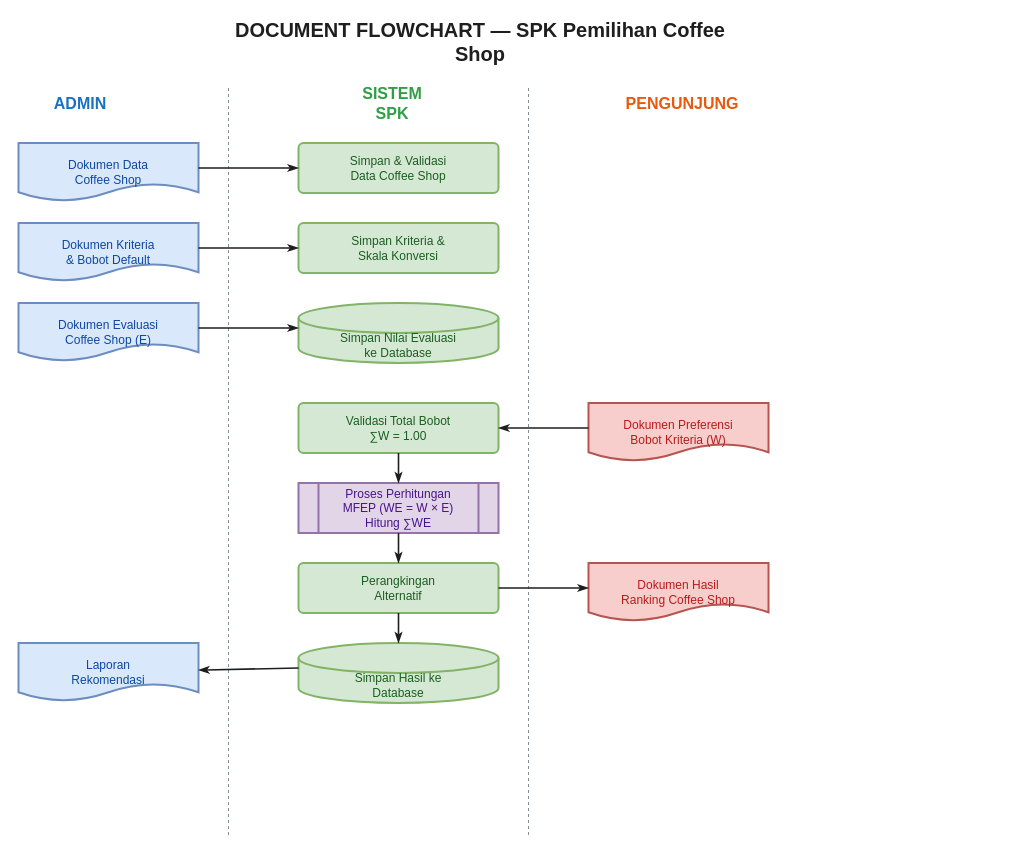
Earlier version of the draw.io diagram drawio/document_flowchart.drawio (akbarwijayaa/ansi-07). Source tidied: cells renumbered, new cells numbered last; positions are measured from the earlier drawing's top-left corner, leaving out a move shared by most shapes. Both pictures are drawn from the tidied source at 100%, with x=0, y=0 at pixel (18, 28).
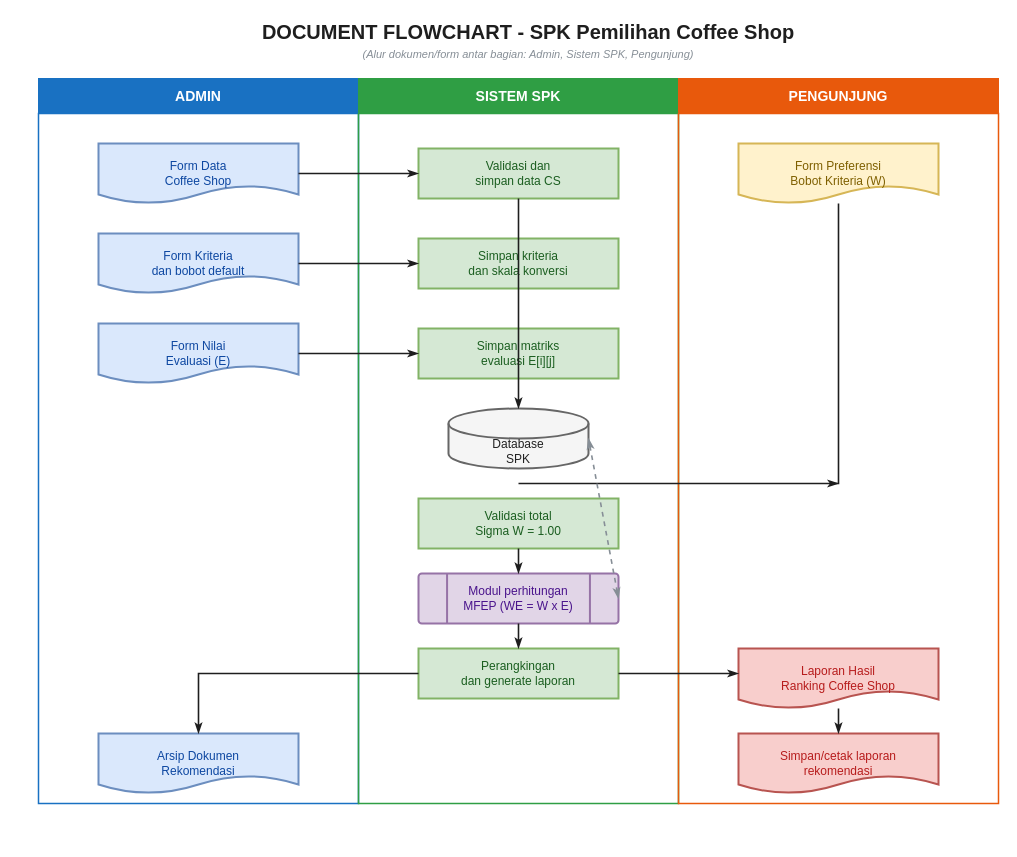
Above is the later version.

Commit message (it also covers changes not shown here):
docs(diagram): refactor flowcharts to follow Indonesian flowchart guideline

The edit, as a diff of the source:
```diff
@@
-    <mxCell id="2" value="Dokumen Data&lt;br&gt;Coffee Shop" style="shape=document;fillColor=#dae8fc;strokeColor=#6c8ebf;fontColor=#0D47A1;fontSize=12;strokeWidth=2;shadow=0;html=1;whiteSpace=wrap;align=center;verticalAlign=middle;" parent="1" vertex="1">
-      <mxGeometry y="114.5" width="180" height="58" as="geometry" />
-    </mxCell>
-    <mxCell id="3" value="Simpan &amp; Validasi&lt;br&gt;Data Coffee Shop" style="rounded=1;arcSize=10;fillColor=#d5e8d4;strokeColor=#82b366;fontColor=#1B5E20;fontSize=12;strokeWidth=2;shadow=0;html=1;whiteSpace=wrap;align=center;verticalAlign=middle;" parent="1" vertex="1">
-      <mxGeometry x="280" y="114.5" width="200" height="50" as="geometry" />
-    </mxCell>
-    <mxCell id="4" value="Dokumen Kriteria&lt;br&gt;&amp; Bobot Default" style="shape=document;fillColor=#dae8fc;strokeColor=#6c8ebf;fontColor=#0D47A1;fontSize=12;strokeWidth=2;shadow=0;html=1;whiteSpace=wrap;align=center;verticalAlign=middle;" parent="1" vertex="1">
-      <mxGeometry y="194.5" width="180" height="58" as="geometry" />
-    </mxCell>
-    <mxCell id="5" value="Simpan Kriteria &amp;&lt;br&gt;Skala Konversi" style="rounded=1;arcSize=10;fillColor=#d5e8d4;strokeColor=#82b366;fontColor=#1B5E20;fontSize=12;strokeWidth=2;shadow=0;html=1;whiteSpace=wrap;align=center;verticalAlign=middle;" parent="1" vertex="1">
-      <mxGeometry x="280" y="194.5" width="200" height="50" as="geometry" />
-    </mxCell>
-    <mxCell id="6" value="Dokumen Evaluasi&lt;br&gt;Coffee Shop (E)" style="shape=document;fillColor=#dae8fc;strokeColor=#6c8ebf;fontColor=#0D47A1;fontSize=12;strokeWidth=2;shadow=0;html=1;whiteSpace=wrap;align=center;verticalAlign=middle;" parent="1" vertex="1">
-      <mxGeometry y="274.5" width="180" height="58" as="geometry" />
-    </mxCell>
-    <mxCell id="7" value="Simpan Nilai Evaluasi&lt;br&gt;ke Database" style="shape=cylinder3;boundedLbl=1;backgroundOutline=1;size=15;fillColor=#d5e8d4;strokeColor=#82b366;fontColor=#1B5E20;fontSize=12;strokeWidth=2;shadow=0;html=1;whiteSpace=wrap;align=center;verticalAlign=middle;" parent="1" vertex="1">
-      <mxGeometry x="280" y="274.5" width="200" height="60" as="geometry" />
-    </mxCell>
-    <mxCell id="8" value="Dokumen Preferensi&lt;br&gt;Bobot Kriteria (W)" style="shape=document;fillColor=#f8cecc;strokeColor=#b85450;fontColor=#B71C1C;fontSize=12;strokeWidth=2;shadow=0;html=1;whiteSpace=wrap;align=center;verticalAlign=middle;" parent="1" vertex="1">
-      <mxGeometry x="570" y="374.5" width="180" height="58" as="geometry" />
-    </mxCell>
-    <mxCell id="9" value="Validasi Total Bobot&lt;br&gt;∑W = 1.00" style="rounded=1;arcSize=10;fillColor=#d5e8d4;strokeColor=#82b366;fontColor=#1B5E20;fontSize=12;strokeWidth=2;shadow=0;html=1;whiteSpace=wrap;align=center;verticalAlign=middle;" parent="1" vertex="1">
-      <mxGeometry x="280" y="374.5" width="200" height="50" as="geometry" />
-    </mxCell>
-    <mxCell id="10" value="Proses Perhitungan&lt;br&gt;MFEP (WE = W × E)&lt;br&gt;Hitung ∑WE" style="shape=process;fillColor=#e1d5e7;strokeColor=#9673a6;fontColor=#4A148C;fontSize=12;strokeWidth=2;shadow=0;html=1;whiteSpace=wrap;align=center;verticalAlign=middle;" parent="1" vertex="1">
-      <mxGeometry x="280" y="454.5" width="200" height="50" as="geometry" />
-    </mxCell>
-    <mxCell id="11" value="Perangkingan&lt;br&gt;Alternatif" style="rounded=1;arcSize=10;fillColor=#d5e8d4;strokeColor=#82b366;fontColor=#1B5E20;fontSize=12;strokeWidth=2;shadow=0;html=1;whiteSpace=wrap;align=center;verticalAlign=middle;" parent="1" vertex="1">
-      <mxGeometry x="280" y="534.5" width="200" height="50" as="geometry" />
-    </mxCell>
-    <mxCell id="12" value="Dokumen Hasil&lt;br&gt;Ranking Coffee Shop" style="shape=document;fillColor=#f8cecc;strokeColor=#b85450;fontColor=#B71C1C;fontSize=12;strokeWidth=2;shadow=0;html=1;whiteSpace=wrap;align=center;verticalAlign=middle;" parent="1" vertex="1">
-      <mxGeometry x="570" y="534.5" width="180" height="58" as="geometry" />
-    </mxCell>
-    <mxCell id="13" value="Simpan Hasil ke&lt;br&gt;Database" style="shape=cylinder3;boundedLbl=1;backgroundOutline=1;size=15;fillColor=#d5e8d4;strokeColor=#82b366;fontColor=#1B5E20;fontSize=12;strokeWidth=2;shadow=0;html=1;whiteSpace=wrap;align=center;verticalAlign=middle;" parent="1" vertex="1">
-      <mxGeometry x="280" y="614.5" width="200" height="60" as="geometry" />
-    </mxCell>
-    <mxCell id="14" value="Laporan&lt;br&gt;Rekomendasi" style="shape=document;fillColor=#dae8fc;strokeColor=#6c8ebf;fontColor=#0D47A1;fontSize=12;strokeWidth=2;shadow=0;html=1;whiteSpace=wrap;align=center;verticalAlign=middle;" parent="1" vertex="1">
-      <mxGeometry y="614.5" width="180" height="58" as="geometry" />
-    </mxCell>
-    <mxCell id="15" value="DOCUMENT FLOWCHART — SPK Pemilihan Coffee Shop" style="text;html=1;strokeColor=none;fillColor=none;fontColor=#1e1e1e;fontSize=20;align=center;verticalAlign=middle;whiteSpace=wrap;fontStyle=1;" parent="1" vertex="1">
-      <mxGeometry x="209" width="506" height="25" as="geometry" />
-    </mxCell>
+    <mxCell id="30" value="DOCUMENT FLOWCHART - SPK Pemilihan Coffee Shop" style="text;html=1;strokeColor=none;fillColor=none;fontColor=#1e1e1e;fontSize=20;align=center;verticalAlign=middle;whiteSpace=wrap;fontStyle=1;" parent="1" vertex="1">
+      <mxGeometry x="60" y="-10" width="900" height="25" as="geometry" />
+    </mxCell>
+    <mxCell id="31" value="(Alur dokumen/form antar bagian: Admin, Sistem SPK, Pengunjung)" style="text;html=1;strokeColor=none;fillColor=none;fontColor=#868e96;fontSize=11;align=center;verticalAlign=middle;whiteSpace=wrap;fontStyle=2;" parent="1" vertex="1">
+      <mxGeometry x="60" y="18" width="900" height="16" as="geometry" />
+    </mxCell>
-    <mxCell id="16" value="ADMIN" style="text;html=1;strokeColor=none;fillColor=none;fontColor=#1971c2;fontSize=16;align=center;verticalAlign=middle;whiteSpace=wrap;fontStyle=1;" parent="1" vertex="1">
-      <mxGeometry x="40" y="64.5" width="44" height="20" as="geometry" />
+    <mxCell id="16" value="ADMIN" style="rounded=0;fillColor=#1971c2;strokeColor=#1971c2;fontColor=#ffffff;fontSize=14;strokeWidth=1;html=1;whiteSpace=wrap;align=center;verticalAlign=middle;fontStyle=1;" parent="1" vertex="1">
+      <mxGeometry x="20" y="50" width="320" height="35" as="geometry" />
     </mxCell>
-    <mxCell id="17" value="SISTEM SPK" style="text;html=1;strokeColor=none;fillColor=none;fontColor=#2f9e44;fontSize=16;align=center;verticalAlign=middle;whiteSpace=wrap;fontStyle=1;" parent="1" vertex="1">
-      <mxGeometry x="330" y="64.5" width="88" height="20" as="geometry" />
+    <mxCell id="17" value="SISTEM SPK" style="rounded=0;fillColor=#2f9e44;strokeColor=#2f9e44;fontColor=#ffffff;fontSize=14;strokeWidth=1;html=1;whiteSpace=wrap;align=center;verticalAlign=middle;fontStyle=1;" parent="1" vertex="1">
+      <mxGeometry x="340" y="50" width="320" height="35" as="geometry" />
     </mxCell>
-    <mxCell id="18" value="PENGUNJUNG" style="text;html=1;strokeColor=none;fillColor=none;fontColor=#e8590c;fontSize=16;align=center;verticalAlign=middle;whiteSpace=wrap;fontStyle=1;" parent="1" vertex="1">
-      <mxGeometry x="620" y="64.5" width="88" height="20" as="geometry" />
+    <mxCell id="18" value="PENGUNJUNG" style="rounded=0;fillColor=#e8590c;strokeColor=#e8590c;fontColor=#ffffff;fontSize=14;strokeWidth=1;html=1;whiteSpace=wrap;align=center;verticalAlign=middle;fontStyle=1;" parent="1" vertex="1">
+      <mxGeometry x="660" y="50" width="320" height="35" as="geometry" />
     </mxCell>
-    <mxCell id="19" style="endArrow=none;startArrow=none;html=1;strokeColor=#868e96;strokeWidth=1;dashed=1;" parent="1" edge="1">
-      <mxGeometry relative="1" as="geometry">
-        <mxPoint x="210" y="59.5" as="sourcePoint" />
-        <mxPoint x="210" y="809.5" as="targetPoint" />
-      </mxGeometry>
-    </mxCell>
-    <mxCell id="20" style="endArrow=none;startArrow=none;html=1;strokeColor=#868e96;strokeWidth=1;dashed=1;" parent="1" edge="1">
-      <mxGeometry relative="1" as="geometry">
-        <mxPoint x="510" y="59.5" as="sourcePoint" />
-        <mxPoint x="510" y="809.5" as="targetPoint" />
-      </mxGeometry>
-    </mxCell>
-    <mxCell id="21" style="endArrow=classicThin;endFill=1;html=1;rounded=0;strokeColor=#1e1e1e;strokeWidth=1.6;fontColor=#1e1e1e;fontSize=11;" parent="1" edge="1">
-      <mxGeometry relative="1" as="geometry">
-        <mxPoint x="180" y="139.5" as="sourcePoint" />
-        <mxPoint x="280" y="139.5" as="targetPoint" />
-      </mxGeometry>
-    </mxCell>
-    <mxCell id="22" style="endArrow=classicThin;endFill=1;html=1;rounded=0;strokeColor=#1e1e1e;strokeWidth=1.6;fontColor=#1e1e1e;fontSize=11;" parent="1" edge="1">
-      <mxGeometry relative="1" as="geometry">
-        <mxPoint x="180" y="219.5" as="sourcePoint" />
-        <mxPoint x="280" y="219.5" as="targetPoint" />
-      </mxGeometry>
-    </mxCell>
-    <mxCell id="23" style="endArrow=classicThin;endFill=1;html=1;rounded=0;strokeColor=#1e1e1e;strokeWidth=1.6;fontColor=#1e1e1e;fontSize=11;" parent="1" edge="1">
-      <mxGeometry relative="1" as="geometry">
-        <mxPoint x="180" y="299.5" as="sourcePoint" />
-        <mxPoint x="280" y="299.5" as="targetPoint" />
-      </mxGeometry>
-    </mxCell>
-    <mxCell id="24" style="endArrow=classicThin;endFill=1;html=1;rounded=0;strokeColor=#1e1e1e;strokeWidth=1.6;fontColor=#1e1e1e;fontSize=11;" parent="1" edge="1">
-      <mxGeometry relative="1" as="geometry">
-        <mxPoint x="570" y="399.5" as="sourcePoint" />
-        <mxPoint x="480" y="399.5" as="targetPoint" />
-      </mxGeometry>
-    </mxCell>
-    <mxCell id="25" style="endArrow=classicThin;endFill=1;html=1;rounded=0;strokeColor=#1e1e1e;strokeWidth=1.6;fontColor=#1e1e1e;fontSize=11;" parent="1" edge="1">
-      <mxGeometry relative="1" as="geometry">
-        <mxPoint x="380" y="424.5" as="sourcePoint" />
-        <mxPoint x="380" y="454.5" as="targetPoint" />
-      </mxGeometry>
-    </mxCell>
-    <mxCell id="26" style="endArrow=classicThin;endFill=1;html=1;rounded=0;strokeColor=#1e1e1e;strokeWidth=1.6;fontColor=#1e1e1e;fontSize=11;" parent="1" edge="1">
-      <mxGeometry relative="1" as="geometry">
-        <mxPoint x="380" y="504.5" as="sourcePoint" />
-        <mxPoint x="380" y="534.5" as="targetPoint" />
-      </mxGeometry>
-    </mxCell>
-    <mxCell id="27" style="endArrow=classicThin;endFill=1;html=1;rounded=0;strokeColor=#1e1e1e;strokeWidth=1.6;fontColor=#1e1e1e;fontSize=11;" parent="1" edge="1">
-      <mxGeometry relative="1" as="geometry">
-        <mxPoint x="480" y="559.5" as="sourcePoint" />
-        <mxPoint x="570" y="559.5" as="targetPoint" />
-      </mxGeometry>
-    </mxCell>
-    <mxCell id="28" style="endArrow=classicThin;endFill=1;html=1;rounded=0;strokeColor=#1e1e1e;strokeWidth=1.6;fontColor=#1e1e1e;fontSize=11;" parent="1" edge="1">
-      <mxGeometry relative="1" as="geometry">
-        <mxPoint x="380" y="584.5" as="sourcePoint" />
-        <mxPoint x="380" y="614.5" as="targetPoint" />
-      </mxGeometry>
-    </mxCell>
-    <mxCell id="29" style="endArrow=classicThin;endFill=1;html=1;rounded=0;strokeColor=#1e1e1e;strokeWidth=1.6;fontColor=#1e1e1e;fontSize=11;" parent="1" edge="1" target="14">
-      <mxGeometry relative="1" as="geometry">
-        <mxPoint x="280" y="639.5" as="sourcePoint" />
-      </mxGeometry>
-    </mxCell>
+    <mxCell id="32" style="rounded=0;fillColor=none;strokeColor=#1971c2;strokeWidth=1.5;html=1;dashed=0;" parent="1" vertex="1">
+      <mxGeometry x="20" y="85" width="320" height="690" as="geometry" />
+    </mxCell>
+    <mxCell id="33" style="rounded=0;fillColor=none;strokeColor=#2f9e44;strokeWidth=1.5;html=1;dashed=0;" parent="1" vertex="1">
+      <mxGeometry x="340" y="85" width="320" height="690" as="geometry" />
+    </mxCell>
+    <mxCell id="34" style="rounded=0;fillColor=none;strokeColor=#e8590c;strokeWidth=1.5;html=1;dashed=0;" parent="1" vertex="1">
+      <mxGeometry x="660" y="85" width="320" height="690" as="geometry" />
+    </mxCell>
+    <mxCell id="35" value="Form Data&lt;br&gt;Coffee Shop" style="shape=document;fillColor=#dae8fc;strokeColor=#6c8ebf;fontColor=#0D47A1;fontSize=12;strokeWidth=2;shadow=0;html=1;whiteSpace=wrap;align=center;verticalAlign=middle;" parent="1" vertex="1">
+      <mxGeometry x="80" y="115" width="200" height="60" as="geometry" />
+    </mxCell>
+    <mxCell id="36" value="Form Kriteria&lt;br&gt;dan bobot default" style="shape=document;fillColor=#dae8fc;strokeColor=#6c8ebf;fontColor=#0D47A1;fontSize=12;strokeWidth=2;shadow=0;html=1;whiteSpace=wrap;align=center;verticalAlign=middle;" parent="1" vertex="1">
+      <mxGeometry x="80" y="205" width="200" height="60" as="geometry" />
+    </mxCell>
+    <mxCell id="37" value="Form Nilai&lt;br&gt;Evaluasi (E)" style="shape=document;fillColor=#dae8fc;strokeColor=#6c8ebf;fontColor=#0D47A1;fontSize=12;strokeWidth=2;shadow=0;html=1;whiteSpace=wrap;align=center;verticalAlign=middle;" parent="1" vertex="1">
+      <mxGeometry x="80" y="295" width="200" height="60" as="geometry" />
+    </mxCell>
+    <mxCell id="38" value="Validasi dan&lt;br&gt;simpan data CS" style="rounded=0;fillColor=#d5e8d4;strokeColor=#82b366;fontColor=#1B5E20;fontSize=12;strokeWidth=2;shadow=0;html=1;whiteSpace=wrap;align=center;verticalAlign=middle;" parent="1" vertex="1">
+      <mxGeometry x="400" y="120" width="200" height="50" as="geometry" />
+    </mxCell>
+    <mxCell id="39" value="Simpan kriteria&lt;br&gt;dan skala konversi" style="rounded=0;fillColor=#d5e8d4;strokeColor=#82b366;fontColor=#1B5E20;fontSize=12;strokeWidth=2;shadow=0;html=1;whiteSpace=wrap;align=center;verticalAlign=middle;" parent="1" vertex="1">
+      <mxGeometry x="400" y="210" width="200" height="50" as="geometry" />
+    </mxCell>
+    <mxCell id="40" value="Simpan matriks&lt;br&gt;evaluasi E[i][j]" style="rounded=0;fillColor=#d5e8d4;strokeColor=#82b366;fontColor=#1B5E20;fontSize=12;strokeWidth=2;shadow=0;html=1;whiteSpace=wrap;align=center;verticalAlign=middle;" parent="1" vertex="1">
+      <mxGeometry x="400" y="300" width="200" height="50" as="geometry" />
+    </mxCell>
+    <mxCell id="41" value="Database&lt;br&gt;SPK" style="shape=cylinder3;boundedLbl=1;backgroundOutline=1;size=15;fillColor=#f5f5f5;strokeColor=#666666;fontColor=#212121;fontSize=12;strokeWidth=2;shadow=0;html=1;whiteSpace=wrap;align=center;verticalAlign=middle;" parent="1" vertex="1">
+      <mxGeometry x="430" y="380" width="140" height="60" as="geometry" />
+    </mxCell>
+    <mxCell id="42" value="Form Preferensi&lt;br&gt;Bobot Kriteria (W)" style="shape=document;fillColor=#fff2cc;strokeColor=#d6b656;fontColor=#7F6000;fontSize=12;strokeWidth=2;shadow=0;html=1;whiteSpace=wrap;align=center;verticalAlign=middle;" parent="1" vertex="1">
+      <mxGeometry x="720" y="115" width="200" height="60" as="geometry" />
+    </mxCell>
+    <mxCell id="43" value="Validasi total&lt;br&gt;Sigma W = 1.00" style="rounded=0;fillColor=#d5e8d4;strokeColor=#82b366;fontColor=#1B5E20;fontSize=12;strokeWidth=2;shadow=0;html=1;whiteSpace=wrap;align=center;verticalAlign=middle;" parent="1" vertex="1">
+      <mxGeometry x="400" y="470" width="200" height="50" as="geometry" />
+    </mxCell>
+    <mxCell id="44" value="Modul perhitungan&lt;br&gt;MFEP (WE = W x E)" style="shape=mxgraph.flowchart.predefined_process;fillColor=#e1d5e7;strokeColor=#9673a6;fontColor=#4A148C;fontSize=12;strokeWidth=2;shadow=0;html=1;whiteSpace=wrap;align=center;verticalAlign=middle;" parent="1" vertex="1">
+      <mxGeometry x="400" y="545" width="200" height="50" as="geometry" />
+    </mxCell>
+    <mxCell id="45" value="Perangkingan&lt;br&gt;dan generate laporan" style="rounded=0;fillColor=#d5e8d4;strokeColor=#82b366;fontColor=#1B5E20;fontSize=12;strokeWidth=2;shadow=0;html=1;whiteSpace=wrap;align=center;verticalAlign=middle;" parent="1" vertex="1">
+      <mxGeometry x="400" y="620" width="200" height="50" as="geometry" />
+    </mxCell>
+    <mxCell id="46" value="Laporan Hasil&lt;br&gt;Ranking Coffee Shop" style="shape=document;fillColor=#f8cecc;strokeColor=#b85450;fontColor=#B71C1C;fontSize=12;strokeWidth=2;shadow=0;html=1;whiteSpace=wrap;align=center;verticalAlign=middle;" parent="1" vertex="1">
+      <mxGeometry x="720" y="620" width="200" height="60" as="geometry" />
+    </mxCell>
+    <mxCell id="47" value="Arsip Dokumen&lt;br&gt;Rekomendasi" style="shape=document;fillColor=#dae8fc;strokeColor=#6c8ebf;fontColor=#0D47A1;fontSize=12;strokeWidth=2;shadow=0;html=1;whiteSpace=wrap;align=center;verticalAlign=middle;" parent="1" vertex="1">
+      <mxGeometry x="80" y="705" width="200" height="60" as="geometry" />
+    </mxCell>
+    <mxCell id="48" value="Simpan/cetak laporan&lt;br&gt;rekomendasi" style="shape=document;fillColor=#f8cecc;strokeColor=#b85450;fontColor=#B71C1C;fontSize=12;strokeWidth=2;shadow=0;html=1;whiteSpace=wrap;align=center;verticalAlign=middle;" parent="1" vertex="1">
+      <mxGeometry x="720" y="705" width="200" height="60" as="geometry" />
+    </mxCell>
+    <mxCell id="49" style="endArrow=classicThin;endFill=1;html=1;rounded=0;strokeColor=#1e1e1e;strokeWidth=1.6;" parent="1" edge="1">
+      <mxGeometry relative="1" as="geometry">
+        <mxPoint x="280" y="145" as="sourcePoint" />
+        <mxPoint x="400" y="145" as="targetPoint" />
+      </mxGeometry>
+    </mxCell>
+    <mxCell id="50" style="endArrow=classicThin;endFill=1;html=1;rounded=0;strokeColor=#1e1e1e;strokeWidth=1.6;" parent="1" edge="1">
+      <mxGeometry relative="1" as="geometry">
+        <mxPoint x="280" y="235" as="sourcePoint" />
+        <mxPoint x="400" y="235" as="targetPoint" />
+      </mxGeometry>
+    </mxCell>
+    <mxCell id="51" style="endArrow=classicThin;endFill=1;html=1;rounded=0;strokeColor=#1e1e1e;strokeWidth=1.6;" parent="1" edge="1">
+      <mxGeometry relative="1" as="geometry">
+        <mxPoint x="280" y="325" as="sourcePoint" />
+        <mxPoint x="400" y="325" as="targetPoint" />
+      </mxGeometry>
+    </mxCell>
+    <mxCell id="52" style="endArrow=classicThin;endFill=1;html=1;rounded=0;strokeColor=#1e1e1e;strokeWidth=1.6;" parent="1" edge="1">
+      <mxGeometry relative="1" as="geometry">
+        <mxPoint x="500" y="170" as="sourcePoint" />
+        <mxPoint x="500" y="380" as="targetPoint" />
+      </mxGeometry>
+    </mxCell>
+    <mxCell id="53" style="endArrow=classicThin;endFill=1;html=1;rounded=0;strokeColor=#1e1e1e;strokeWidth=1.6;" parent="1" edge="1">
+      <mxGeometry relative="1" as="geometry">
+        <mxPoint x="820" y="175" as="sourcePoint" />
+        <mxPoint x="820" y="455" as="targetPoint" />
+        <Array as="points">
+          <mxPoint x="820" y="455" />
+          <mxPoint x="500" y="455" />
+        </Array>
+      </mxGeometry>
+    </mxCell>
+    <mxCell id="54" style="endArrow=classicThin;endFill=1;html=1;rounded=0;strokeColor=#1e1e1e;strokeWidth=1.6;" parent="1" edge="1">
+      <mxGeometry relative="1" as="geometry">
+        <mxPoint x="500" y="520" as="sourcePoint" />
+        <mxPoint x="500" y="545" as="targetPoint" />
+      </mxGeometry>
+    </mxCell>
+    <mxCell id="55" style="endArrow=classicThin;startArrow=classicThin;endFill=1;html=1;rounded=0;strokeColor=#868e96;strokeWidth=1.6;dashed=1;" parent="1" edge="1">
+      <mxGeometry relative="1" as="geometry">
+        <mxPoint x="570" y="410" as="sourcePoint" />
+        <mxPoint x="600" y="570" as="targetPoint" />
+      </mxGeometry>
+    </mxCell>
+    <mxCell id="56" style="endArrow=classicThin;endFill=1;html=1;rounded=0;strokeColor=#1e1e1e;strokeWidth=1.6;" parent="1" edge="1">
+      <mxGeometry relative="1" as="geometry">
+        <mxPoint x="500" y="595" as="sourcePoint" />
+        <mxPoint x="500" y="620" as="targetPoint" />
+      </mxGeometry>
+    </mxCell>
+    <mxCell id="57" style="endArrow=classicThin;endFill=1;html=1;rounded=0;strokeColor=#1e1e1e;strokeWidth=1.6;" parent="1" edge="1">
+      <mxGeometry relative="1" as="geometry">
+        <mxPoint x="600" y="645" as="sourcePoint" />
+        <mxPoint x="720" y="645" as="targetPoint" />
+      </mxGeometry>
+    </mxCell>
+    <mxCell id="58" style="endArrow=classicThin;endFill=1;html=1;rounded=0;strokeColor=#1e1e1e;strokeWidth=1.6;" parent="1" edge="1">
+      <mxGeometry relative="1" as="geometry">
+        <mxPoint x="820" y="680" as="sourcePoint" />
+        <mxPoint x="820" y="705" as="targetPoint" />
+      </mxGeometry>
+    </mxCell>
+    <mxCell id="59" style="endArrow=classicThin;endFill=1;html=1;rounded=0;strokeColor=#1e1e1e;strokeWidth=1.6;" parent="1" edge="1">
+      <mxGeometry relative="1" as="geometry">
+        <mxPoint x="400" y="645" as="sourcePoint" />
+        <mxPoint x="180" y="705" as="targetPoint" />
+        <Array as="points">
+          <mxPoint x="180" y="645" />
+        </Array>
+      </mxGeometry>
+    </mxCell>
```
